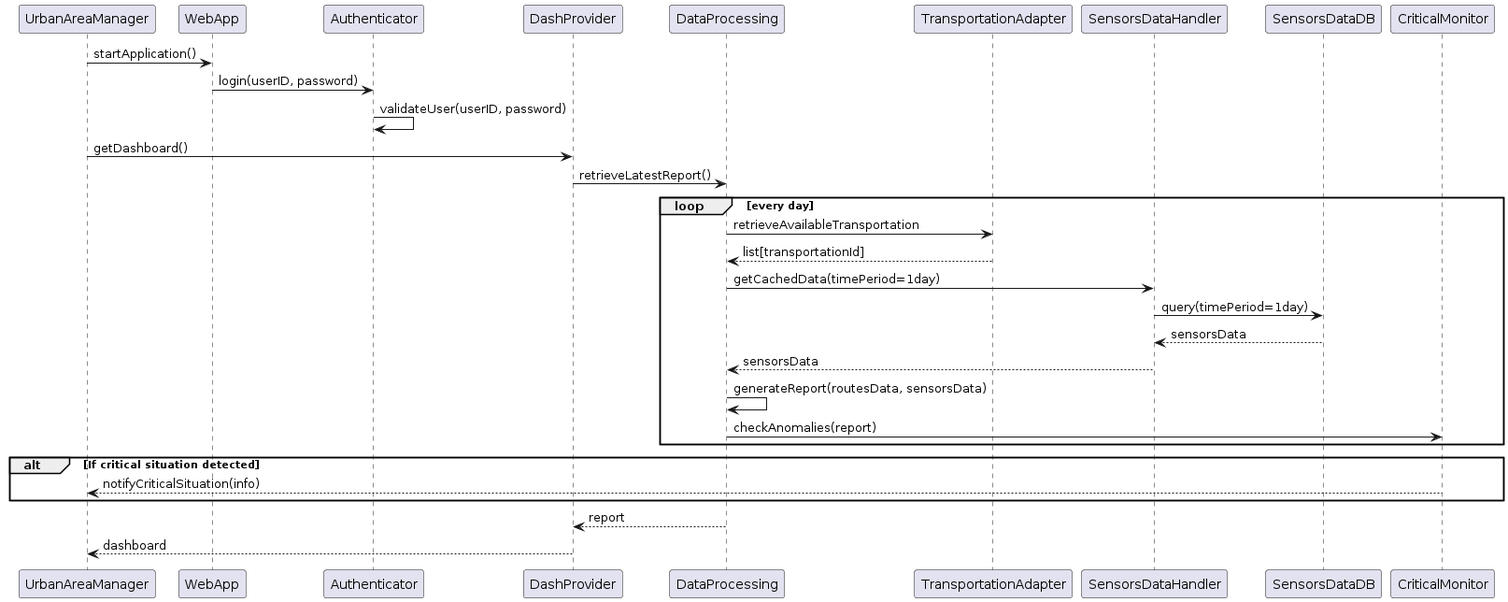
Before: seqDiagram.png, a diagram exported from PlantUML (Ferraah/SeqDiagramsSWENG).
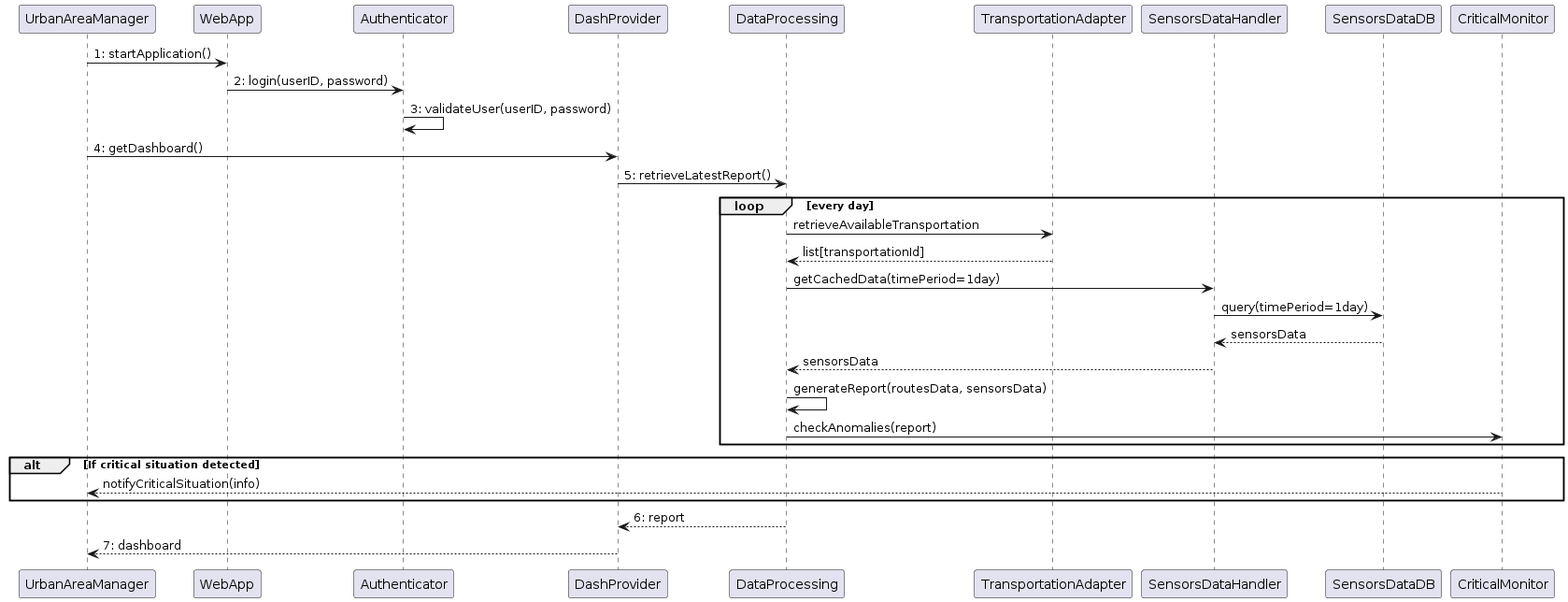
After the commit.

The edit, as a diff of the source:
```diff
@@ -1,9 +1,9 @@
 @startuml
-UrbanAreaManager -> WebApp: startApplication()
-WebApp -> Authenticator: login(userID, password)
-Authenticator -> Authenticator: validateUser(userID, password)
-UrbanAreaManager -> DashProvider: getDashboard()
-DashProvider -> DataProcessing: retrieveLatestReport()
+UrbanAreaManager -> WebApp: 1: startApplication()
+WebApp -> Authenticator: 2: login(userID, password)
+Authenticator -> Authenticator: 3: validateUser(userID, password)
+UrbanAreaManager -> DashProvider: 4: getDashboard()
+DashProvider -> DataProcessing: 5: retrieveLatestReport()
 
 loop every day
     DataProcessing -> TransportationAdapter: retrieveAvailableTransportation
@@ -22,8 +22,8 @@
     UrbanAreaManager <-- CriticalMonitor: notifyCriticalSituation(info)
 end
 
-DashProvider <-- DataProcessing: report
-UrbanAreaManager <-- DashProvider: dashboard
+DashProvider <-- DataProcessing: 6: report
+UrbanAreaManager <-- DashProvider: 7: dashboard
 
 
 
```
